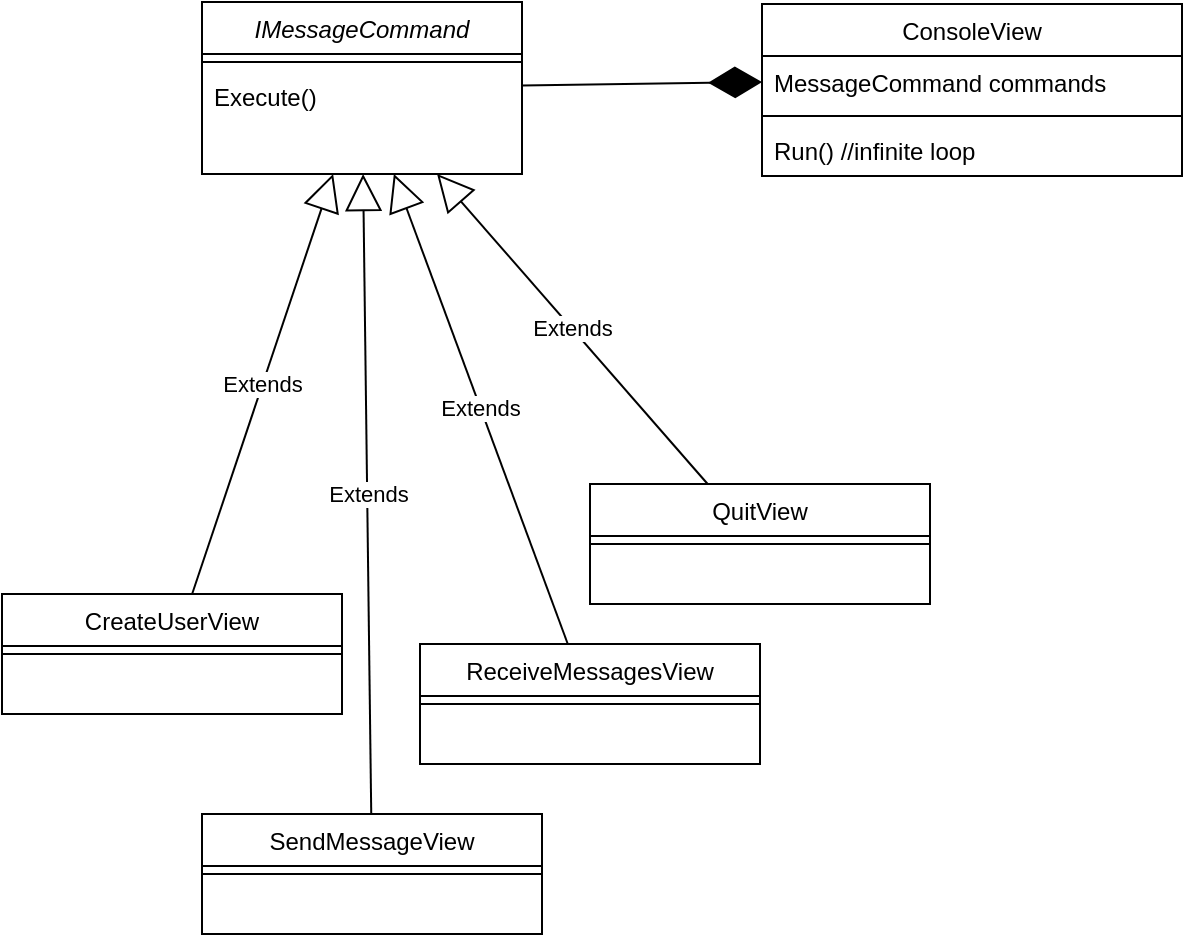
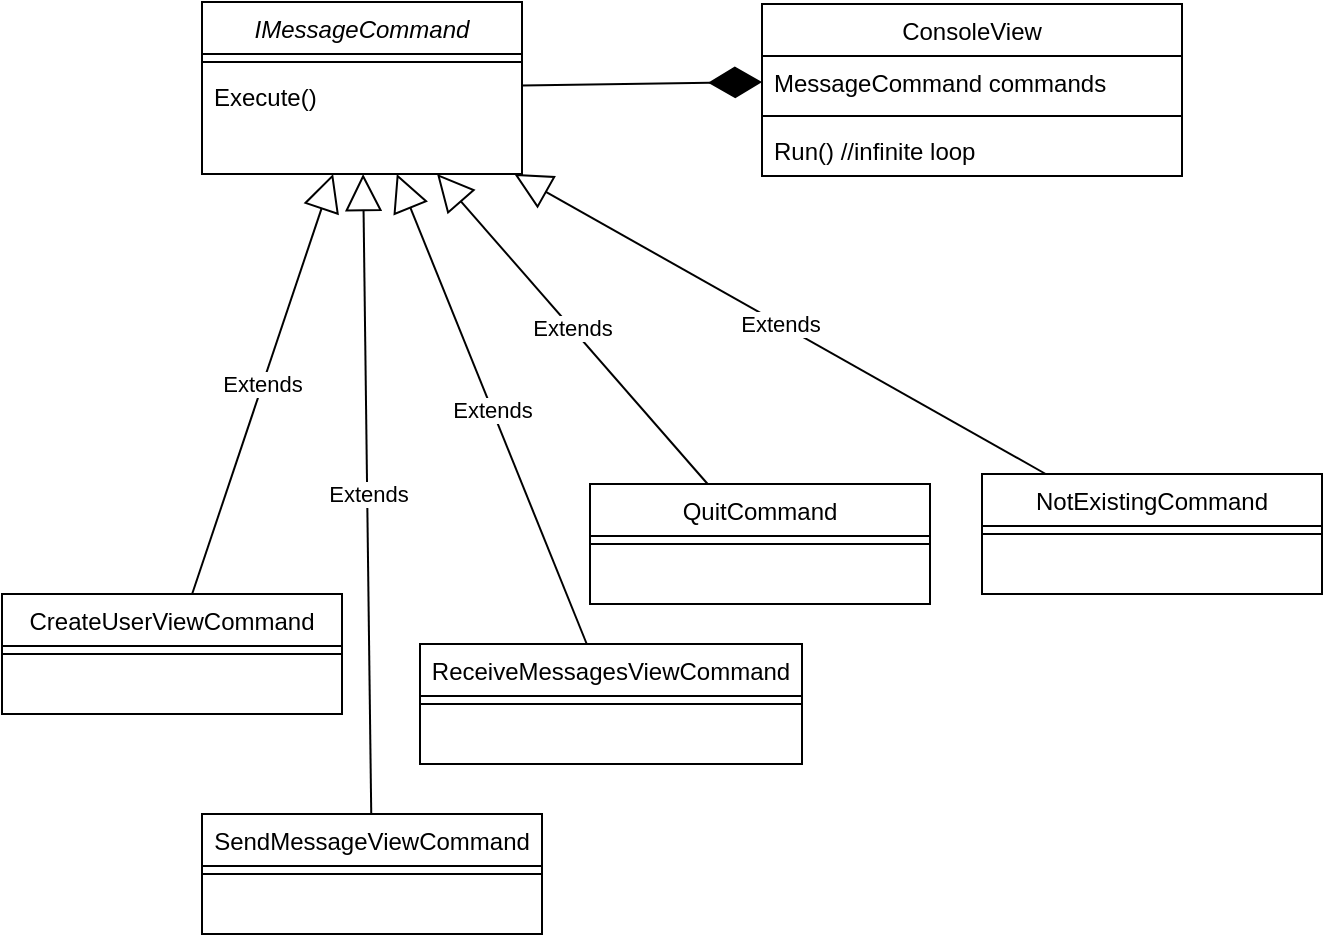
<mxfile host="app.diagrams.net">
  <diagram id="C5RBs43oDa-KdzZeNtuy" name="Page-1">
    <mxGraphModel dx="1414" dy="743" grid="1" gridSize="10" guides="1" tooltips="1" connect="1" arrows="1" fold="1" page="1" pageScale="1" pageWidth="827" pageHeight="1169" math="0" shadow="0">
      <root>
        <mxCell id="WIyWlLk6GJQsqaUBKTNV-0" />
        <mxCell id="WIyWlLk6GJQsqaUBKTNV-1" parent="WIyWlLk6GJQsqaUBKTNV-0" />
        <mxCell id="tuTL7WdIvHT7nZa6elIh-0" parent="WIyWlLk6GJQsqaUBKTNV-1" style="swimlane;fontStyle=0;align=center;verticalAlign=top;childLayout=stackLayout;horizontal=1;startSize=26;horizontalStack=0;resizeParent=1;resizeLast=0;collapsible=1;marginBottom=0;rounded=0;shadow=0;strokeWidth=1;" value="ConsoleView" vertex="1">
          <mxGeometry height="86" width="210" x="500" y="260" as="geometry">
            <mxRectangle height="26" width="160" x="230" y="140" as="alternateBounds" />
          </mxGeometry>
        </mxCell>
        <mxCell id="tuTL7WdIvHT7nZa6elIh-1" parent="tuTL7WdIvHT7nZa6elIh-0" style="text;align=left;verticalAlign=top;spacingLeft=4;spacingRight=4;overflow=hidden;rotatable=0;points=[[0,0.5],[1,0.5]];portConstraint=eastwest;" value="MessageCommand commands" vertex="1">
          <mxGeometry height="26" width="210" y="26" as="geometry" />
        </mxCell>
        <mxCell id="tuTL7WdIvHT7nZa6elIh-2" parent="tuTL7WdIvHT7nZa6elIh-0" style="line;html=1;strokeWidth=1;align=left;verticalAlign=middle;spacingTop=-1;spacingLeft=3;spacingRight=3;rotatable=0;labelPosition=right;points=[];portConstraint=eastwest;" value="" vertex="1">
          <mxGeometry height="8" width="210" y="52" as="geometry" />
        </mxCell>
        <mxCell id="tuTL7WdIvHT7nZa6elIh-3" parent="tuTL7WdIvHT7nZa6elIh-0" style="text;align=left;verticalAlign=top;spacingLeft=4;spacingRight=4;overflow=hidden;rotatable=0;points=[[0,0.5],[1,0.5]];portConstraint=eastwest;" value="Run() //infinite loop" vertex="1">
          <mxGeometry height="26" width="210" y="60" as="geometry" />
        </mxCell>
        <mxCell id="tuTL7WdIvHT7nZa6elIh-4" parent="WIyWlLk6GJQsqaUBKTNV-1" style="swimlane;fontStyle=2;align=center;verticalAlign=top;childLayout=stackLayout;horizontal=1;startSize=26;horizontalStack=0;resizeParent=1;resizeLast=0;collapsible=1;marginBottom=0;rounded=0;shadow=0;strokeWidth=1;" value="IMessageCommand" vertex="1">
          <mxGeometry height="86" width="160" x="220" y="259" as="geometry">
            <mxRectangle height="26" width="160" x="230" y="140" as="alternateBounds" />
          </mxGeometry>
        </mxCell>
        <mxCell id="tuTL7WdIvHT7nZa6elIh-6" parent="tuTL7WdIvHT7nZa6elIh-4" style="line;html=1;strokeWidth=1;align=left;verticalAlign=middle;spacingTop=-1;spacingLeft=3;spacingRight=3;rotatable=0;labelPosition=right;points=[];portConstraint=eastwest;" value="" vertex="1">
          <mxGeometry height="8" width="160" y="26" as="geometry" />
        </mxCell>
        <mxCell id="tuTL7WdIvHT7nZa6elIh-10" parent="tuTL7WdIvHT7nZa6elIh-4" style="text;align=left;verticalAlign=top;spacingLeft=4;spacingRight=4;overflow=hidden;rotatable=0;points=[[0,0.5],[1,0.5]];portConstraint=eastwest;" value="Execute()" vertex="1">
          <mxGeometry height="26" width="160" y="34" as="geometry" />
        </mxCell>
        <mxCell id="tuTL7WdIvHT7nZa6elIh-7" edge="1" parent="WIyWlLk6GJQsqaUBKTNV-1" source="tuTL7WdIvHT7nZa6elIh-4" style="endArrow=diamondThin;endFill=1;endSize=24;html=1;rounded=0;entryX=0;entryY=0.5;entryDx=0;entryDy=0;" target="tuTL7WdIvHT7nZa6elIh-1" value="">
          <mxGeometry relative="1" width="160" as="geometry">
            <mxPoint x="330" y="450" as="sourcePoint" />
            <mxPoint x="490" y="450" as="targetPoint" />
          </mxGeometry>
        </mxCell>
        <mxCell id="tuTL7WdIvHT7nZa6elIh-8" edge="1" parent="WIyWlLk6GJQsqaUBKTNV-1" source="tuTL7WdIvHT7nZa6elIh-11" style="endArrow=block;endSize=16;endFill=0;html=1;rounded=0;" target="tuTL7WdIvHT7nZa6elIh-4" value="Extends">
          <mxGeometry relative="1" width="160" as="geometry">
            <mxPoint x="300" y="450" as="sourcePoint" />
            <mxPoint x="400" y="500" as="targetPoint" />
          </mxGeometry>
        </mxCell>
-         <mxCell id="tuTL7WdIvHT7nZa6elIh-11" parent="WIyWlLk6GJQsqaUBKTNV-1" style="swimlane;fontStyle=0;align=center;verticalAlign=top;childLayout=stackLayout;horizontal=1;startSize=26;horizontalStack=0;resizeParent=1;resizeLast=0;collapsible=1;marginBottom=0;rounded=0;shadow=0;strokeWidth=1;" value="CreateUserView" vertex="1">
+         <mxCell id="tuTL7WdIvHT7nZa6elIh-11" parent="WIyWlLk6GJQsqaUBKTNV-1" style="swimlane;fontStyle=0;align=center;verticalAlign=top;childLayout=stackLayout;horizontal=1;startSize=26;horizontalStack=0;resizeParent=1;resizeLast=0;collapsible=1;marginBottom=0;rounded=0;shadow=0;strokeWidth=1;" value="CreateUserViewCommand" vertex="1">
          <mxGeometry height="60" width="170" x="120" y="555" as="geometry">
            <mxRectangle height="26" width="160" x="230" y="140" as="alternateBounds" />
          </mxGeometry>
        </mxCell>
        <mxCell id="tuTL7WdIvHT7nZa6elIh-13" parent="tuTL7WdIvHT7nZa6elIh-11" style="line;html=1;strokeWidth=1;align=left;verticalAlign=middle;spacingTop=-1;spacingLeft=3;spacingRight=3;rotatable=0;labelPosition=right;points=[];portConstraint=eastwest;" value="" vertex="1">
          <mxGeometry height="8" width="170" y="26" as="geometry" />
        </mxCell>
        <mxCell id="tuTL7WdIvHT7nZa6elIh-15" edge="1" parent="WIyWlLk6GJQsqaUBKTNV-1" source="tuTL7WdIvHT7nZa6elIh-16" style="endArrow=block;endSize=16;endFill=0;html=1;rounded=0;" target="tuTL7WdIvHT7nZa6elIh-4" value="Extends">
          <mxGeometry relative="1" width="160" as="geometry">
            <mxPoint x="450" y="615" as="sourcePoint" />
            <mxPoint x="423" y="510" as="targetPoint" />
          </mxGeometry>
        </mxCell>
-         <mxCell id="tuTL7WdIvHT7nZa6elIh-16" parent="WIyWlLk6GJQsqaUBKTNV-1" style="swimlane;fontStyle=0;align=center;verticalAlign=top;childLayout=stackLayout;horizontal=1;startSize=26;horizontalStack=0;resizeParent=1;resizeLast=0;collapsible=1;marginBottom=0;rounded=0;shadow=0;strokeWidth=1;" value="SendMessageView" vertex="1">
+         <mxCell id="tuTL7WdIvHT7nZa6elIh-16" parent="WIyWlLk6GJQsqaUBKTNV-1" style="swimlane;fontStyle=0;align=center;verticalAlign=top;childLayout=stackLayout;horizontal=1;startSize=26;horizontalStack=0;resizeParent=1;resizeLast=0;collapsible=1;marginBottom=0;rounded=0;shadow=0;strokeWidth=1;" value="SendMessageViewCommand" vertex="1">
          <mxGeometry height="60" width="170" x="220" y="665" as="geometry">
            <mxRectangle height="26" width="160" x="230" y="140" as="alternateBounds" />
          </mxGeometry>
        </mxCell>
        <mxCell id="tuTL7WdIvHT7nZa6elIh-17" parent="tuTL7WdIvHT7nZa6elIh-16" style="line;html=1;strokeWidth=1;align=left;verticalAlign=middle;spacingTop=-1;spacingLeft=3;spacingRight=3;rotatable=0;labelPosition=right;points=[];portConstraint=eastwest;" value="" vertex="1">
          <mxGeometry height="8" width="170" y="26" as="geometry" />
        </mxCell>
        <mxCell id="tuTL7WdIvHT7nZa6elIh-18" edge="1" parent="WIyWlLk6GJQsqaUBKTNV-1" source="tuTL7WdIvHT7nZa6elIh-19" style="endArrow=block;endSize=16;endFill=0;html=1;rounded=0;" target="tuTL7WdIvHT7nZa6elIh-4" value="Extends">
          <mxGeometry relative="1" width="160" as="geometry">
            <mxPoint x="720" y="735" as="sourcePoint" />
            <mxPoint x="693" y="630" as="targetPoint" />
          </mxGeometry>
        </mxCell>
-         <mxCell id="tuTL7WdIvHT7nZa6elIh-19" parent="WIyWlLk6GJQsqaUBKTNV-1" style="swimlane;fontStyle=0;align=center;verticalAlign=top;childLayout=stackLayout;horizontal=1;startSize=26;horizontalStack=0;resizeParent=1;resizeLast=0;collapsible=1;marginBottom=0;rounded=0;shadow=0;strokeWidth=1;" value="QuitView" vertex="1">
+         <mxCell id="tuTL7WdIvHT7nZa6elIh-19" parent="WIyWlLk6GJQsqaUBKTNV-1" style="swimlane;fontStyle=0;align=center;verticalAlign=top;childLayout=stackLayout;horizontal=1;startSize=26;horizontalStack=0;resizeParent=1;resizeLast=0;collapsible=1;marginBottom=0;rounded=0;shadow=0;strokeWidth=1;" value="QuitCommand" vertex="1">
          <mxGeometry height="60" width="170" x="414" y="500" as="geometry">
            <mxRectangle height="26" width="160" x="230" y="140" as="alternateBounds" />
          </mxGeometry>
        </mxCell>
        <mxCell id="tuTL7WdIvHT7nZa6elIh-20" parent="tuTL7WdIvHT7nZa6elIh-19" style="line;html=1;strokeWidth=1;align=left;verticalAlign=middle;spacingTop=-1;spacingLeft=3;spacingRight=3;rotatable=0;labelPosition=right;points=[];portConstraint=eastwest;" value="" vertex="1">
          <mxGeometry height="8" width="170" y="26" as="geometry" />
        </mxCell>
        <mxCell id="tuTL7WdIvHT7nZa6elIh-21" edge="1" parent="WIyWlLk6GJQsqaUBKTNV-1" source="tuTL7WdIvHT7nZa6elIh-22" style="endArrow=block;endSize=16;endFill=0;html=1;rounded=0;" target="tuTL7WdIvHT7nZa6elIh-4" value="Extends">
          <mxGeometry relative="1" width="160" as="geometry">
            <mxPoint x="644" y="535" as="sourcePoint" />
            <mxPoint x="617" y="430" as="targetPoint" />
          </mxGeometry>
        </mxCell>
-         <mxCell id="tuTL7WdIvHT7nZa6elIh-22" parent="WIyWlLk6GJQsqaUBKTNV-1" style="swimlane;fontStyle=0;align=center;verticalAlign=top;childLayout=stackLayout;horizontal=1;startSize=26;horizontalStack=0;resizeParent=1;resizeLast=0;collapsible=1;marginBottom=0;rounded=0;shadow=0;strokeWidth=1;" value="ReceiveMessagesView" vertex="1">
-           <mxGeometry height="60" width="170" x="329" y="580" as="geometry">
+         <mxCell id="tuTL7WdIvHT7nZa6elIh-22" parent="WIyWlLk6GJQsqaUBKTNV-1" style="swimlane;fontStyle=0;align=center;verticalAlign=top;childLayout=stackLayout;horizontal=1;startSize=26;horizontalStack=0;resizeParent=1;resizeLast=0;collapsible=1;marginBottom=0;rounded=0;shadow=0;strokeWidth=1;" value="ReceiveMessagesViewCommand" vertex="1">
+           <mxGeometry height="60" width="191" x="329" y="580" as="geometry">
            <mxRectangle height="26" width="160" x="230" y="140" as="alternateBounds" />
          </mxGeometry>
        </mxCell>
        <mxCell id="tuTL7WdIvHT7nZa6elIh-23" parent="tuTL7WdIvHT7nZa6elIh-22" style="line;html=1;strokeWidth=1;align=left;verticalAlign=middle;spacingTop=-1;spacingLeft=3;spacingRight=3;rotatable=0;labelPosition=right;points=[];portConstraint=eastwest;" value="" vertex="1">
+           <mxGeometry height="8" width="191" y="26" as="geometry" />
+         </mxCell>
+         <mxCell id="WsFJpQ0iWdgZuaLnBGSX-0" parent="WIyWlLk6GJQsqaUBKTNV-1" style="swimlane;fontStyle=0;align=center;verticalAlign=top;childLayout=stackLayout;horizontal=1;startSize=26;horizontalStack=0;resizeParent=1;resizeLast=0;collapsible=1;marginBottom=0;rounded=0;shadow=0;strokeWidth=1;" value="NotExistingCommand" vertex="1">
+           <mxGeometry height="60" width="170" x="610" y="495" as="geometry">
+             <mxRectangle height="26" width="160" x="230" y="140" as="alternateBounds" />
+           </mxGeometry>
+         </mxCell>
+         <mxCell id="WsFJpQ0iWdgZuaLnBGSX-1" parent="WsFJpQ0iWdgZuaLnBGSX-0" style="line;html=1;strokeWidth=1;align=left;verticalAlign=middle;spacingTop=-1;spacingLeft=3;spacingRight=3;rotatable=0;labelPosition=right;points=[];portConstraint=eastwest;" value="" vertex="1">
          <mxGeometry height="8" width="170" y="26" as="geometry" />
+         </mxCell>
+         <mxCell id="WsFJpQ0iWdgZuaLnBGSX-2" edge="1" parent="WIyWlLk6GJQsqaUBKTNV-1" source="WsFJpQ0iWdgZuaLnBGSX-0" style="endArrow=block;endSize=16;endFill=0;html=1;rounded=0;" target="tuTL7WdIvHT7nZa6elIh-4" value="Extends">
+           <mxGeometry relative="1" width="160" as="geometry">
+             <mxPoint x="625" y="595" as="sourcePoint" />
+             <mxPoint x="490" y="440" as="targetPoint" />
+           </mxGeometry>
        </mxCell>
      </root>
    </mxGraphModel>
  </diagram>
</mxfile>
